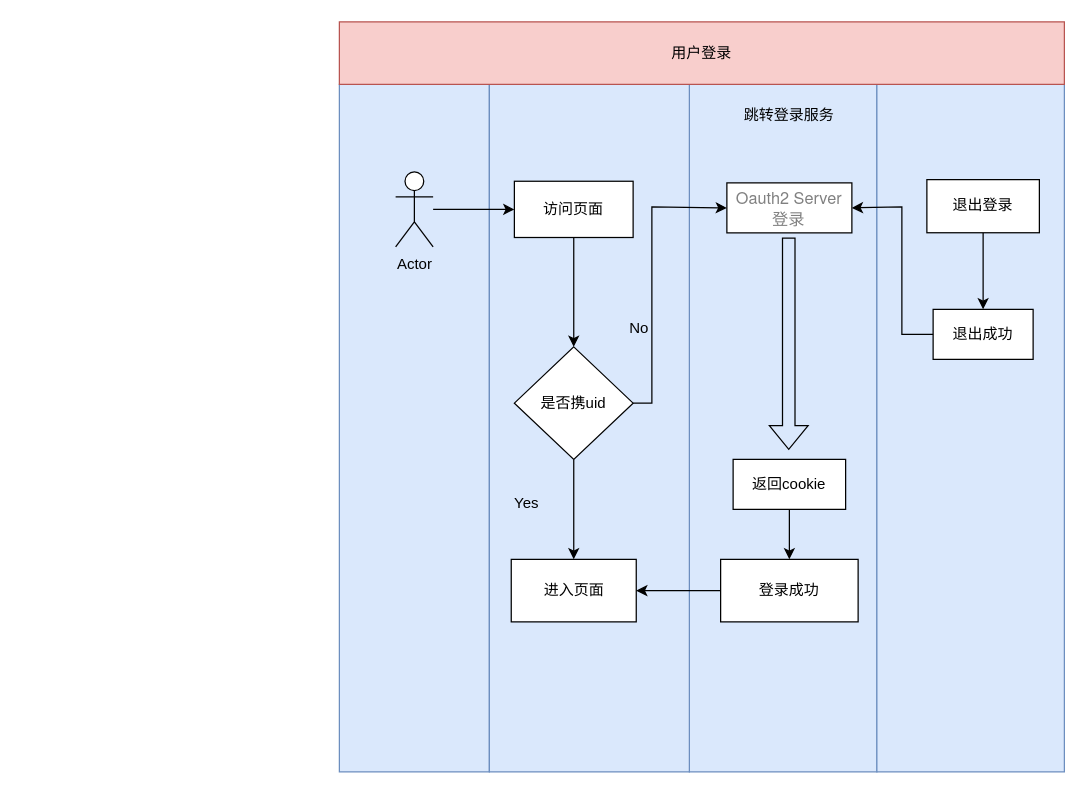
2632755669/draw.io-diagrams keeps this draw.io diagram as src/diagrams/marketing/未命名绘图.drawio. Above is the earlier version. Source tidied: cells renumbered, new cells numbered last; positions are measured from the earlier drawing's top-left corner, leaving out a move shared by most shapes. Both pictures are drawn from the tidied source at 125%, with x=0, y=0 at pixel (339, 21).
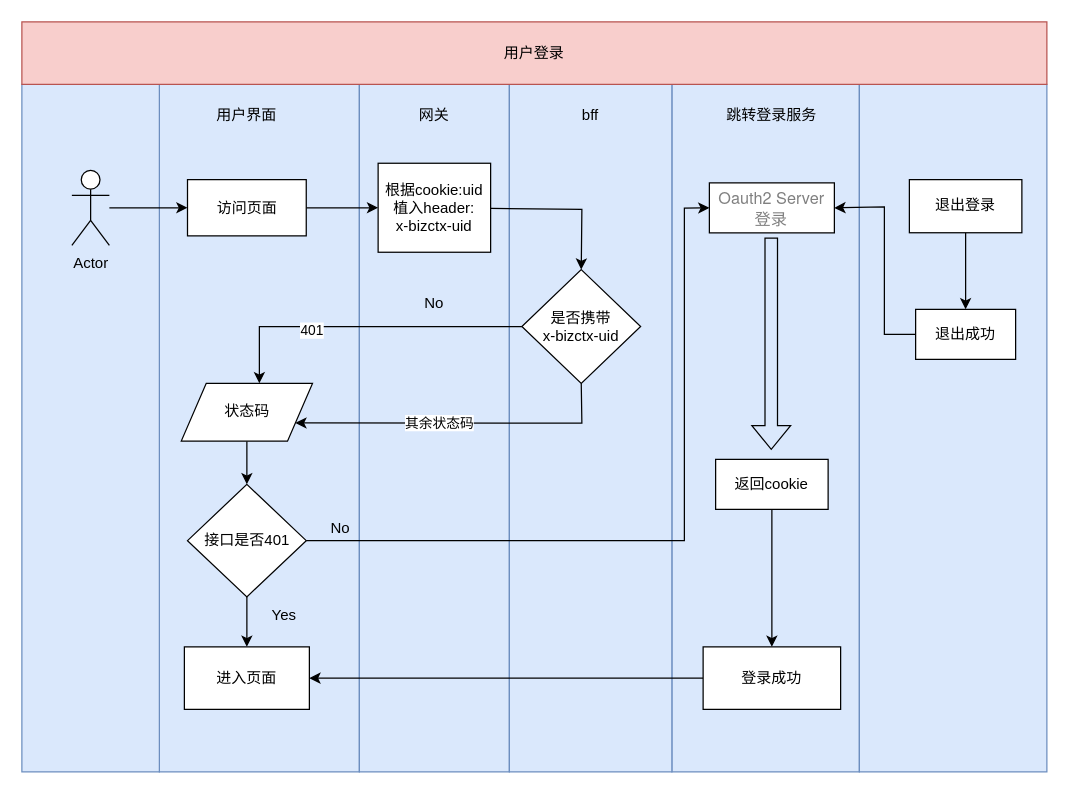
The same page after the edit.

Commit message:
更新未命名绘图.drawio

What changed in the source:
```diff
@@
-    <mxCell id="2" style="group;" parent="1" vertex="1">
-      <mxGeometry width="580" height="600" as="geometry" />
-    </mxCell>
+    <mxCell id="29" style="group;" parent="1" vertex="1">
+      <mxGeometry x="-254" width="820" height="600" as="geometry" />
+    </mxCell>
+    <mxCell id="30" style="rounded=0;whiteSpace=wrap;html=1;fillColor=#dae8fc;strokeColor=#6c8ebf;" parent="29" vertex="1">
+      <mxGeometry x="110" y="50" width="160" height="550" as="geometry" />
+    </mxCell>
+    <mxCell id="31" style="rounded=0;whiteSpace=wrap;html=1;fillColor=#dae8fc;strokeColor=#6c8ebf;" parent="29" vertex="1">
+      <mxGeometry y="50" width="110" height="550" as="geometry" />
+    </mxCell>
-    <mxCell id="3" style="rounded=0;whiteSpace=wrap;html=1;fillColor=#dae8fc;strokeColor=#6c8ebf;" parent="2" vertex="1">
-      <mxGeometry y="50" width="120" height="550" as="geometry" />
+    <mxCell id="3" style="rounded=0;whiteSpace=wrap;html=1;fillColor=#dae8fc;strokeColor=#6c8ebf;" parent="29" vertex="1">
+      <mxGeometry x="270" y="50" width="120" height="550" as="geometry" />
     </mxCell>
-    <mxCell id="4" style="rounded=0;whiteSpace=wrap;html=1;fillColor=#dae8fc;strokeColor=#6c8ebf;" parent="2" vertex="1">
-      <mxGeometry x="280" y="50" width="150" height="550" as="geometry" />
+    <mxCell id="4" style="rounded=0;whiteSpace=wrap;html=1;fillColor=#dae8fc;strokeColor=#6c8ebf;" parent="29" vertex="1">
+      <mxGeometry x="520" y="50" width="150" height="550" as="geometry" />
     </mxCell>
-    <mxCell id="5" style="rounded=0;whiteSpace=wrap;html=1;fillColor=#dae8fc;strokeColor=#6c8ebf;" parent="2" vertex="1">
-      <mxGeometry x="120" y="50" width="160" height="550" as="geometry" />
+    <mxCell id="5" style="rounded=0;whiteSpace=wrap;html=1;fillColor=#dae8fc;strokeColor=#6c8ebf;" parent="29" vertex="1">
+      <mxGeometry x="390" y="50" width="130" height="550" as="geometry" />
     </mxCell>
-    <mxCell id="6" style="edgeStyle=orthogonalEdgeStyle;rounded=0;jettySize=auto;html=1;" parent="2" edge="1" source="7" target="11">
-      <mxGeometry relative="1" as="geometry" />
+    <mxCell id="6" style="edgeStyle=orthogonalEdgeStyle;rounded=0;jettySize=auto;html=1;exitX=0;exitY=0.5;exitDx=0;exitDy=0;" parent="29" edge="1" source="38" target="41">
+      <mxGeometry relative="1" as="geometry">
+        <Array as="points">
+          <mxPoint x="190" y="244" />
+        </Array>
+      </mxGeometry>
     </mxCell>
+    <mxCell id="32" value="401" style="edgeLabel;html=1;align=center;verticalAlign=middle;" parent="6" vertex="1">
+      <mxGeometry x="0.32" y="3" relative="1" as="geometry" />
+    </mxCell>
+    <mxCell id="33" style="edgeStyle=orthogonalEdgeStyle;rounded=0;jettySize=auto;html=1;" parent="29" edge="1" source="7" target="37">
+      <mxGeometry relative="1" as="geometry" />
+    </mxCell>
-    <mxCell id="7" value="访问页面" style="rounded=0;whiteSpace=wrap;html=1;" parent="2" vertex="1">
-      <mxGeometry x="140" y="127.5" width="95" height="45" as="geometry" />
+    <mxCell id="7" value="访问页面" style="rounded=0;whiteSpace=wrap;html=1;" parent="29" vertex="1">
+      <mxGeometry x="132.5" y="126.2" width="95" height="45" as="geometry" />
     </mxCell>
-    <mxCell id="8" style="edgeStyle=orthogonalEdgeStyle;rounded=0;jettySize=auto;html=1;" parent="2" edge="1" source="9" target="7">
+    <mxCell id="8" style="edgeStyle=orthogonalEdgeStyle;rounded=0;jettySize=auto;html=1;" parent="29" edge="1" source="9" target="7">
       <mxGeometry relative="1" as="geometry" />
     </mxCell>
-    <mxCell id="9" value="Actor" style="shape=umlActor;verticalLabelPosition=bottom;verticalAlign=top;html=1;" parent="2" vertex="1">
-      <mxGeometry x="45" y="120" width="30" height="60" as="geometry" />
+    <mxCell id="9" value="Actor" style="shape=umlActor;verticalLabelPosition=bottom;verticalAlign=top;html=1;" parent="29" vertex="1">
+      <mxGeometry x="40" y="118.8" width="30" height="60" as="geometry" />
     </mxCell>
-    <mxCell id="10" style="edgeStyle=orthogonalEdgeStyle;rounded=0;jettySize=auto;html=1;" parent="2" edge="1" source="11" target="13">
+    <mxCell id="10" style="edgeStyle=orthogonalEdgeStyle;rounded=0;jettySize=auto;html=1;" parent="29" edge="1" source="11" target="13">
       <mxGeometry relative="1" as="geometry" />
     </mxCell>
-    <mxCell id="11" value="是否携uid" style="rhombus;whiteSpace=wrap;html=1;" parent="2" vertex="1">
-      <mxGeometry x="140" y="260" width="95" height="90" as="geometry" />
+    <mxCell id="11" value="接口是否401" style="rhombus;whiteSpace=wrap;html=1;" parent="29" vertex="1">
+      <mxGeometry x="132.5" y="370" width="95" height="90" as="geometry" />
     </mxCell>
-    <mxCell id="12" value="&lt;div style=&quot;text-align: start;&quot;&gt;&lt;font face=&quot;Helvetica Neue, Helvetica, PingFang SC, Hiragino Sans GB, Microsoft YaHei, Arial, sans-serif&quot; color=&quot;#808080&quot;&gt;&lt;span style=&quot;font-size: 13px; background-color: rgb(255, 255, 255);&quot;&gt;Oauth2 Server&lt;/span&gt;&lt;/font&gt;&lt;/div&gt;&lt;div style=&quot;text-align: start;&quot;&gt;&lt;font face=&quot;Helvetica Neue, Helvetica, PingFang SC, Hiragino Sans GB, Microsoft YaHei, Arial, sans-serif&quot; color=&quot;#808080&quot;&gt;&lt;span style=&quot;font-size: 13px; background-color: rgb(255, 255, 255);&quot;&gt;&lt;span style=&quot;white-space: pre;&quot;&gt;&#9;&lt;/span&gt;登录&lt;/span&gt;&lt;/font&gt;&lt;/div&gt;" style="rounded=0;whiteSpace=wrap;html=1;" parent="2" vertex="1">
-      <mxGeometry x="310" y="128.8" width="100" height="40" as="geometry" />
+    <mxCell id="12" value="&lt;div style=&quot;text-align: start;&quot;&gt;&lt;font face=&quot;Helvetica Neue, Helvetica, PingFang SC, Hiragino Sans GB, Microsoft YaHei, Arial, sans-serif&quot; color=&quot;#808080&quot;&gt;&lt;span style=&quot;font-size: 13px; background-color: rgb(255, 255, 255);&quot;&gt;Oauth2 Server&lt;/span&gt;&lt;/font&gt;&lt;/div&gt;&lt;div style=&quot;text-align: start;&quot;&gt;&lt;font face=&quot;Helvetica Neue, Helvetica, PingFang SC, Hiragino Sans GB, Microsoft YaHei, Arial, sans-serif&quot; color=&quot;#808080&quot;&gt;&lt;span style=&quot;font-size: 13px; background-color: rgb(255, 255, 255);&quot;&gt;&lt;span style=&quot;white-space: pre;&quot;&gt;&#9;&lt;/span&gt;登录&lt;/span&gt;&lt;/font&gt;&lt;/div&gt;" style="rounded=0;whiteSpace=wrap;html=1;" parent="29" vertex="1">
+      <mxGeometry x="550" y="128.8" width="100" height="40" as="geometry" />
     </mxCell>
-    <mxCell id="13" value="进入页面" style="rounded=0;whiteSpace=wrap;html=1;" parent="2" vertex="1">
-      <mxGeometry x="137.5" y="430" width="100" height="50" as="geometry" />
+    <mxCell id="13" value="进入页面" style="rounded=0;whiteSpace=wrap;html=1;" parent="29" vertex="1">
+      <mxGeometry x="130" y="500" width="100" height="50" as="geometry" />
     </mxCell>
-    <mxCell id="14" value="No" style="text;html=1;align=center;verticalAlign=middle;whiteSpace=wrap;rounded=0;" parent="2" vertex="1">
-      <mxGeometry x="210" y="230" width="60" height="30" as="geometry" />
-    </mxCell>
-    <mxCell id="15" value="Yes" style="text;html=1;align=center;verticalAlign=middle;whiteSpace=wrap;rounded=0;" parent="2" vertex="1">
-      <mxGeometry x="120" y="370" width="60" height="30" as="geometry" />
+    <mxCell id="15" value="No" style="text;html=1;align=center;verticalAlign=middle;whiteSpace=wrap;rounded=0;" parent="29" vertex="1">
+      <mxGeometry x="300" y="210" width="60" height="30" as="geometry" />
     </mxCell>
-    <mxCell id="16" value="返回cookie" style="rounded=0;whiteSpace=wrap;html=1;" parent="2" vertex="1">
-      <mxGeometry x="315" y="350" width="90" height="40" as="geometry" />
+    <mxCell id="16" value="返回cookie" style="rounded=0;whiteSpace=wrap;html=1;" parent="29" vertex="1">
+      <mxGeometry x="555" y="350" width="90" height="40" as="geometry" />
     </mxCell>
-    <mxCell id="17" style="edgeStyle=orthogonalEdgeStyle;rounded=0;jettySize=auto;html=1;" parent="2" edge="1" source="18" target="13">
+    <mxCell id="17" style="edgeStyle=orthogonalEdgeStyle;rounded=0;jettySize=auto;html=1;" parent="29" edge="1" source="18" target="13">
       <mxGeometry relative="1" as="geometry" />
     </mxCell>
-    <mxCell id="18" value="登录成功" style="rounded=0;whiteSpace=wrap;html=1;" parent="2" vertex="1">
-      <mxGeometry x="305" y="430" width="110" height="50" as="geometry" />
+    <mxCell id="18" value="登录成功" style="rounded=0;whiteSpace=wrap;html=1;" parent="29" vertex="1">
+      <mxGeometry x="545" y="500" width="110" height="50" as="geometry" />
     </mxCell>
-    <mxCell id="19" style="endArrow=classic;html=1;rounded=0;entryX=0.5;entryY=0;entryDx=0;entryDy=0;exitX=0.5;exitY=1;exitDx=0;exitDy=0;exitPerimeter=0;" parent="2" edge="1" source="16" target="18">
+    <mxCell id="19" style="endArrow=classic;html=1;rounded=0;entryX=0.5;entryY=0;entryDx=0;entryDy=0;exitX=0.5;exitY=1;exitDx=0;exitDy=0;exitPerimeter=0;" parent="29" edge="1" source="16" target="18">
       <mxGeometry relative="1" as="geometry" />
     </mxCell>
-    <mxCell id="20" style="endArrow=classic;html=1;rounded=0;entryX=0;entryY=0.5;entryDx=0;entryDy=0;" parent="2" edge="1" source="11" target="12">
+    <mxCell id="20" style="endArrow=classic;html=1;rounded=0;entryX=0;entryY=0.5;entryDx=0;entryDy=0;exitX=1;exitY=0.5;exitDx=0;exitDy=0;" parent="29" edge="1" source="11" target="12">
       <mxGeometry relative="1" as="geometry">
         <Array as="points">
-          <mxPoint x="250" y="305" />
-          <mxPoint x="250" y="148" />
+          <mxPoint x="530" y="415" />
+          <mxPoint x="530" y="149" />
         </Array>
       </mxGeometry>
     </mxCell>
-    <mxCell id="21" style="shape=flexArrow;endArrow=classic;html=1;rounded=0;" parent="2" edge="1">
+    <mxCell id="21" style="shape=flexArrow;endArrow=classic;html=1;rounded=0;" parent="29" edge="1">
       <mxGeometry relative="1" as="geometry">
-        <mxPoint x="359.5" y="172.5" as="sourcePoint" />
-        <mxPoint x="359.5" y="342.5" as="targetPoint" />
+        <mxPoint x="599.5" y="172.5" as="sourcePoint" />
+        <mxPoint x="599.5" y="342.5" as="targetPoint" />
       </mxGeometry>
     </mxCell>
-    <mxCell id="22" style="rounded=0;whiteSpace=wrap;html=1;fillColor=#dae8fc;strokeColor=#6c8ebf;" parent="2" vertex="1">
-      <mxGeometry x="430" y="50" width="150" height="550" as="geometry" />
+    <mxCell id="22" style="rounded=0;whiteSpace=wrap;html=1;fillColor=#dae8fc;strokeColor=#6c8ebf;" parent="29" vertex="1">
+      <mxGeometry x="670" y="50" width="150" height="550" as="geometry" />
     </mxCell>
-    <mxCell id="23" style="edgeStyle=orthogonalEdgeStyle;rounded=0;jettySize=auto;html=1;" parent="2" edge="1" source="24" target="26">
+    <mxCell id="23" style="edgeStyle=orthogonalEdgeStyle;rounded=0;jettySize=auto;html=1;" parent="29" edge="1" source="24" target="26">
       <mxGeometry relative="1" as="geometry" />
     </mxCell>
-    <mxCell id="24" value="退出登录" style="rounded=0;whiteSpace=wrap;html=1;" parent="2" vertex="1">
-      <mxGeometry x="470" y="126.2" width="90" height="42.5" as="geometry" />
+    <mxCell id="24" value="退出登录" style="rounded=0;whiteSpace=wrap;html=1;" parent="29" vertex="1">
+      <mxGeometry x="710" y="126.2" width="90" height="42.5" as="geometry" />
     </mxCell>
-    <mxCell id="25" value="跳转登录服务" style="text;html=1;align=center;verticalAlign=middle;whiteSpace=wrap;rounded=0;" parent="2" vertex="1">
-      <mxGeometry x="320" y="60" width="80" height="30" as="geometry" />
+    <mxCell id="25" value="跳转登录服务" style="text;html=1;align=center;verticalAlign=middle;whiteSpace=wrap;rounded=0;" parent="29" vertex="1">
+      <mxGeometry x="560" y="60" width="80" height="30" as="geometry" />
     </mxCell>
-    <mxCell id="26" value="退出成功" style="rounded=0;whiteSpace=wrap;html=1;" parent="2" vertex="1">
-      <mxGeometry x="475" y="230" width="80" height="40" as="geometry" />
+    <mxCell id="26" value="退出成功" style="rounded=0;whiteSpace=wrap;html=1;" parent="29" vertex="1">
+      <mxGeometry x="715" y="230" width="80" height="40" as="geometry" />
     </mxCell>
-    <mxCell id="27" style="endArrow=classic;html=1;rounded=0;exitX=0;exitY=0.5;exitDx=0;exitDy=0;entryX=1;entryY=0.5;entryDx=0;entryDy=0;" parent="2" edge="1" source="26" target="12">
+    <mxCell id="27" style="endArrow=classic;html=1;rounded=0;exitX=0;exitY=0.5;exitDx=0;exitDy=0;entryX=1;entryY=0.5;entryDx=0;entryDy=0;" parent="29" edge="1" source="26" target="12">
       <mxGeometry relative="1" as="geometry">
         <Array as="points">
-          <mxPoint x="450" y="250" />
-          <mxPoint x="450" y="148" />
+          <mxPoint x="690" y="250" />
+          <mxPoint x="690" y="148" />
         </Array>
       </mxGeometry>
     </mxCell>
-    <mxCell id="28" value="用户登录" style="rounded=0;whiteSpace=wrap;html=1;fillColor=#f8cecc;strokeColor=#b85450;" parent="2" vertex="1">
-      <mxGeometry width="580" height="50" as="geometry" />
+    <mxCell id="28" value="用户登录" style="rounded=0;whiteSpace=wrap;html=1;fillColor=#f8cecc;strokeColor=#b85450;" parent="29" vertex="1">
+      <mxGeometry width="820" height="50" as="geometry" />
     </mxCell>
+    <mxCell id="34" value="用户界面" style="text;html=1;align=center;verticalAlign=middle;whiteSpace=wrap;rounded=0;" parent="29" vertex="1">
+      <mxGeometry x="140" y="60" width="80" height="30" as="geometry" />
+    </mxCell>
+    <mxCell id="35" value="网关" style="text;html=1;align=center;verticalAlign=middle;whiteSpace=wrap;rounded=0;" parent="29" vertex="1">
+      <mxGeometry x="290" y="60" width="80" height="30" as="geometry" />
+    </mxCell>
+    <mxCell id="36" value="bff" style="text;html=1;align=center;verticalAlign=middle;whiteSpace=wrap;rounded=0;" parent="29" vertex="1">
+      <mxGeometry x="415" y="60" width="80" height="30" as="geometry" />
+    </mxCell>
+    <mxCell id="37" value="根据cookie:uid&lt;div&gt;植入header:&lt;div&gt;x-bizctx-uid&lt;/div&gt;&lt;/div&gt;" style="rounded=0;whiteSpace=wrap;html=1;" parent="29" vertex="1">
+      <mxGeometry x="285" y="113.1" width="90" height="71.2" as="geometry" />
+    </mxCell>
+    <mxCell id="38" value="是否携带&lt;div&gt;x-bizctx-uid&lt;/div&gt;" style="rhombus;whiteSpace=wrap;html=1;" parent="29" vertex="1">
+      <mxGeometry x="400" y="198.2" width="95" height="91" as="geometry" />
+    </mxCell>
+    <mxCell id="39" style="endArrow=classic;html=1;rounded=0;entryX=0.5;entryY=0;entryDx=0;entryDy=0;" parent="29" edge="1" source="37" target="38">
+      <mxGeometry relative="1" as="geometry">
+        <Array as="points">
+          <mxPoint x="448" y="150" />
+        </Array>
+      </mxGeometry>
+    </mxCell>
+    <mxCell id="40" style="edgeStyle=orthogonalEdgeStyle;rounded=0;jettySize=auto;html=1;" parent="29" edge="1" source="41" target="11">
+      <mxGeometry relative="1" as="geometry" />
+    </mxCell>
+    <mxCell id="41" value="状态码" style="shape=parallelogram;perimeter=parallelogramPerimeter;whiteSpace=wrap;html=1;fixedSize=1;" parent="29" vertex="1">
+      <mxGeometry x="127.5" y="289.2" width="105" height="46.2" as="geometry" />
+    </mxCell>
+    <mxCell id="42" style="endArrow=classic;html=1;rounded=0;exitX=0.5;exitY=1;exitDx=0;exitDy=0;entryX=1;entryY=0.75;entryDx=0;entryDy=0;" parent="29" edge="1" source="38" target="41">
+      <mxGeometry relative="1" as="geometry">
+        <Array as="points">
+          <mxPoint x="448" y="321" />
+        </Array>
+      </mxGeometry>
+    </mxCell>
+    <mxCell id="43" value="其余状态码" style="edgeLabel;html=1;align=center;verticalAlign=middle;" parent="42" vertex="1">
+      <mxGeometry x="0.12" relative="1" as="geometry" />
+    </mxCell>
+    <mxCell id="44" value="Yes" style="text;html=1;align=center;verticalAlign=middle;whiteSpace=wrap;rounded=0;" parent="29" vertex="1">
+      <mxGeometry x="180" y="460" width="60" height="30" as="geometry" />
+    </mxCell>
+    <mxCell id="14" value="No" style="text;html=1;align=center;verticalAlign=middle;whiteSpace=wrap;rounded=0;" parent="29" vertex="1">
+      <mxGeometry x="225" y="390" width="60" height="30" as="geometry" />
+    </mxCell>
```
